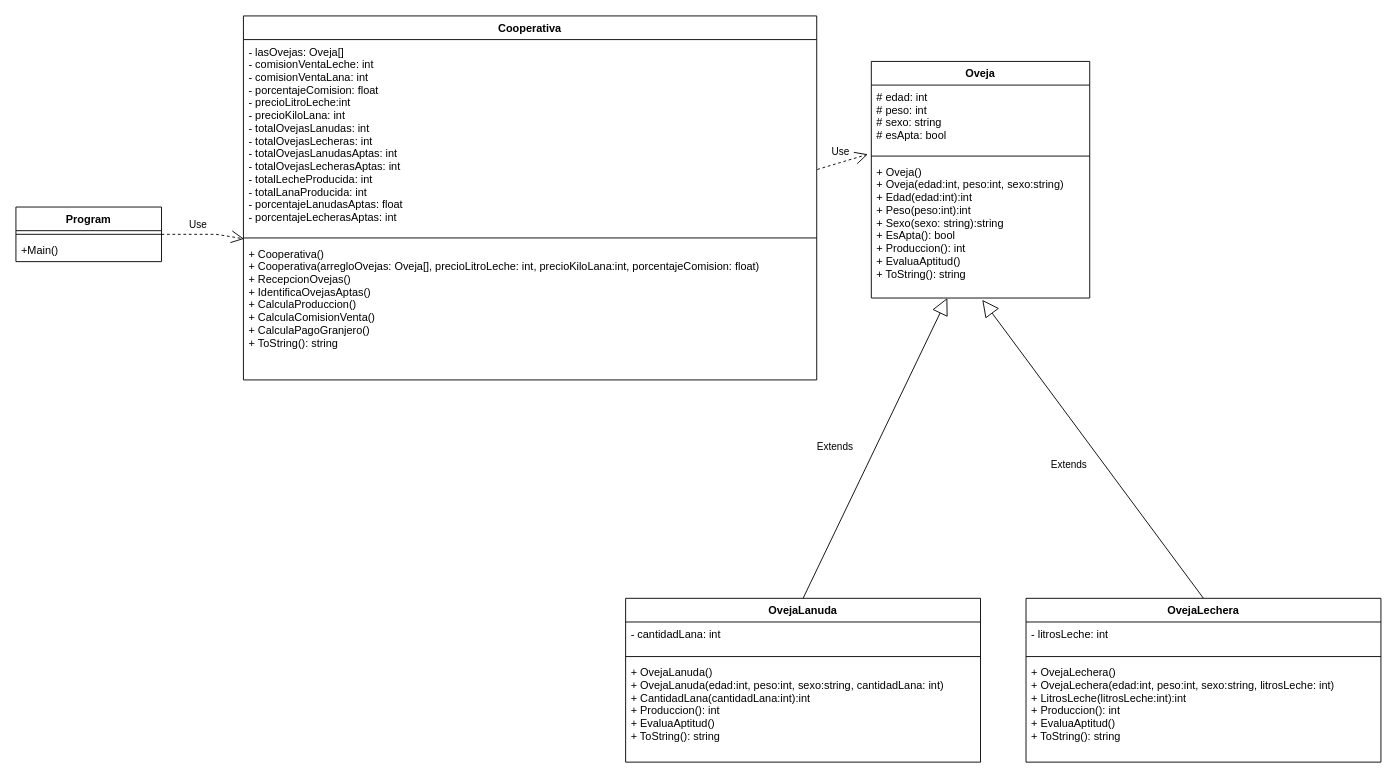
Earlier version of the draw.io diagram ComercioOvejas/Diagramas/ComercioOvejas_UML_DiagramaClases.drawio (jdrodas/Csharp_pdoo). Source tidied: cells renumbered, new cells numbered last; positions are measured from the earlier drawing's top-left corner, leaving out a move shared by most shapes. Both pictures are drawn from the tidied source at 91%, with x=0, y=0 at pixel (15, 15).
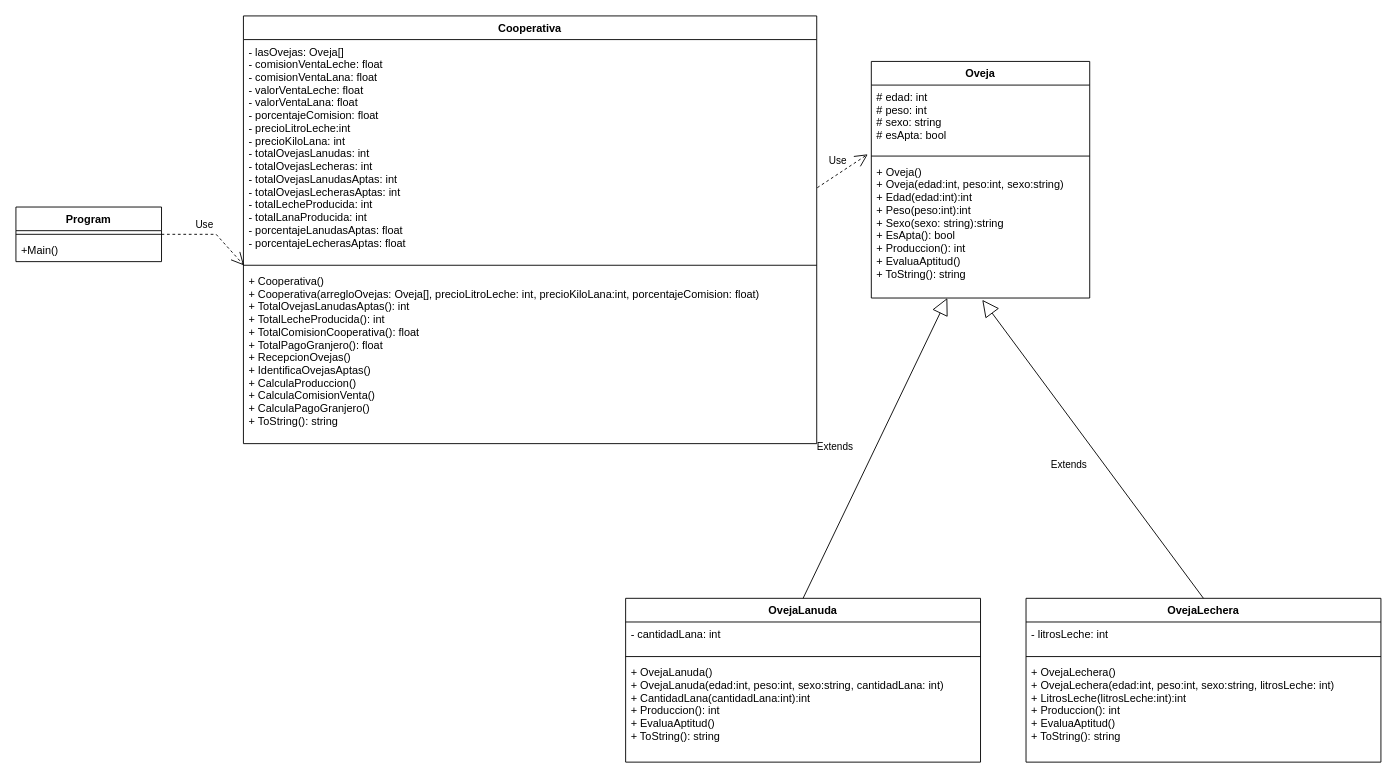
After the change.

Commit message (it also covers changes not shown here):
Sincronización y Actualización de Diagramas UML de clases

Change to the diagram source:
```diff
@@
     <mxCell id="16" value="Cooperativa" style="swimlane;fontStyle=1;align=center;verticalAlign=top;horizontal=1;startSize=26;" parent="1" vertex="1">
-      <mxGeometry x="250" width="630" height="400" as="geometry" />
+      <mxGeometry x="250" width="630" height="470" as="geometry" />
     </mxCell>
-    <mxCell id="17" value="- lasOvejas: Oveja[]&#10;- comisionVentaLeche: int&#10;- comisionVentaLana: int&#10;- porcentajeComision: float&#10;- precioLitroLeche:int&#10;- precioKiloLana: int&#10;- totalOvejasLanudas: int&#10;- totalOvejasLecheras: int&#10;- totalOvejasLanudasAptas: int&#10;- totalOvejasLecherasAptas: int&#10;- totalLecheProducida: int&#10;- totalLanaProducida: int&#10;- porcentajeLanudasAptas: float&#10;- porcentajeLecherasAptas: int" style="text;strokeColor=none;fillColor=none;align=left;verticalAlign=top;spacingLeft=4;spacingRight=4;overflow=hidden;points=[[0,0.5],[1,0.5]];portConstraint=eastwest;" parent="16" vertex="1">
-      <mxGeometry y="26" width="630" height="214" as="geometry" />
+    <mxCell id="17" value="- lasOvejas: Oveja[]&#10;- comisionVentaLeche: float&#10;- comisionVentaLana: float&#10;- valorVentaLeche: float&#10;- valorVentaLana: float&#10;- porcentajeComision: float&#10;- precioLitroLeche:int&#10;- precioKiloLana: int&#10;- totalOvejasLanudas: int&#10;- totalOvejasLecheras: int&#10;- totalOvejasLanudasAptas: int&#10;- totalOvejasLecherasAptas: int&#10;- totalLecheProducida: int&#10;- totalLanaProducida: int&#10;- porcentajeLanudasAptas: float&#10;- porcentajeLecherasAptas: float" style="text;strokeColor=none;fillColor=none;align=left;verticalAlign=top;spacingLeft=4;spacingRight=4;overflow=hidden;points=[[0,0.5],[1,0.5]];portConstraint=eastwest;" parent="16" vertex="1">
+      <mxGeometry y="26" width="630" height="244" as="geometry" />
     </mxCell>
     <mxCell id="18" style="line;strokeWidth=1;fillColor=none;align=left;verticalAlign=middle;spacingTop=-1;spacingLeft=3;spacingRight=3;labelPosition=right;" parent="16" vertex="1">
-      <mxGeometry y="240" width="630" height="8" as="geometry" />
+      <mxGeometry y="270" width="630" height="8" as="geometry" />
     </mxCell>
-    <mxCell id="19" value="+ Cooperativa()&#10;+ Cooperativa(arregloOvejas: Oveja[], precioLitroLeche: int, precioKiloLana:int, porcentajeComision: float)&#10;+ RecepcionOvejas()&#10;+ IdentificaOvejasAptas()&#10;+ CalculaProduccion()&#10;+ CalculaComisionVenta()&#10;+ CalculaPagoGranjero()&#10;+ ToString(): string" style="text;strokeColor=none;fillColor=none;align=left;verticalAlign=top;spacingLeft=4;spacingRight=4;overflow=hidden;points=[[0,0.5],[1,0.5]];portConstraint=eastwest;" parent="16" vertex="1">
-      <mxGeometry y="248" width="630" height="152" as="geometry" />
+    <mxCell id="19" value="+ Cooperativa()&#10;+ Cooperativa(arregloOvejas: Oveja[], precioLitroLeche: int, precioKiloLana:int, porcentajeComision: float)&#10;+ TotalOvejasLanudasAptas(): int&#10;+ TotalLecheProducida(): int&#10;+ TotalComisionCooperativa(): float&#10;+ TotalPagoGranjero(): float&#10;+ RecepcionOvejas()&#10;+ IdentificaOvejasAptas()&#10;+ CalculaProduccion()&#10;+ CalculaComisionVenta()&#10;+ CalculaPagoGranjero()&#10;+ ToString(): string" style="text;strokeColor=none;fillColor=none;align=left;verticalAlign=top;spacingLeft=4;spacingRight=4;overflow=hidden;points=[[0,0.5],[1,0.5]];portConstraint=eastwest;" parent="16" vertex="1">
+      <mxGeometry y="278" width="630" height="192" as="geometry" />
     </mxCell>
```
